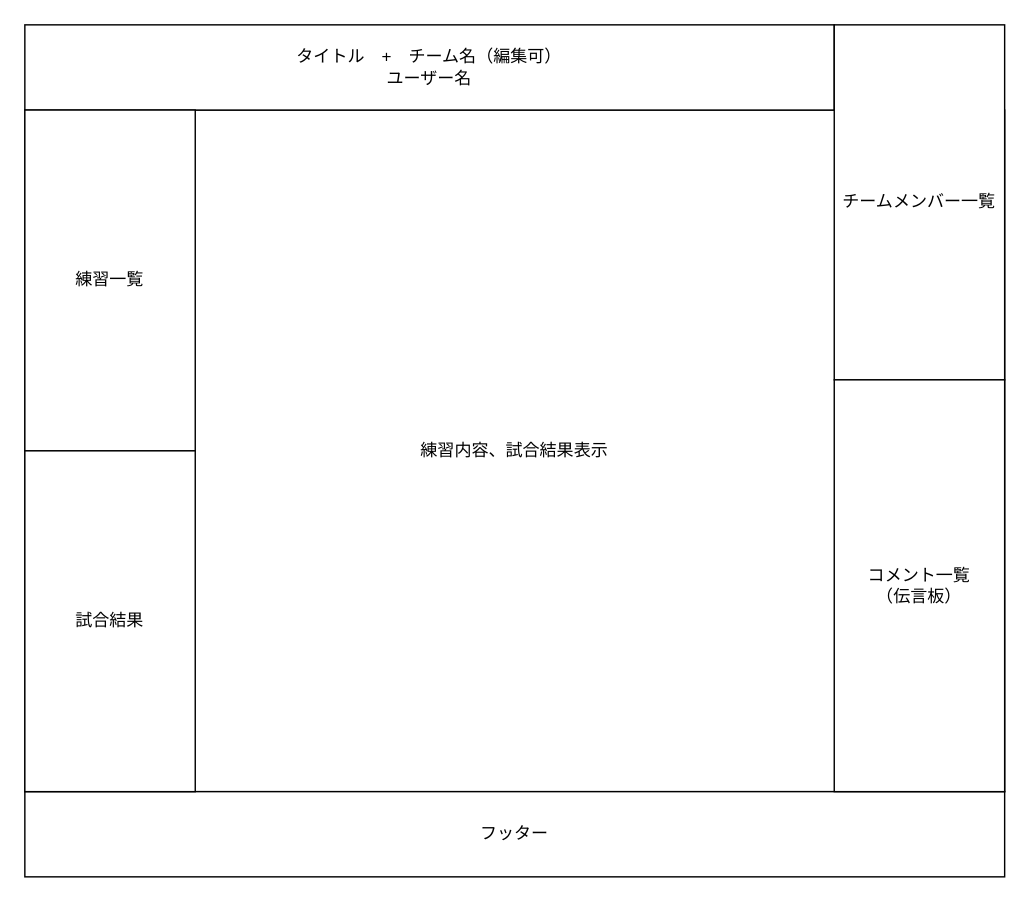
Before: フロントデザイン.dio in piroyuki666/volleyball-note, a draw.io diagram. Source tidied: cells renumbered, new cells numbered last; positions are measured from the earlier drawing's top-left corner, leaving out a move shared by most shapes. Both pictures are drawn from the tidied source at 142%, with x=0, y=0 at pixel (24, 24).
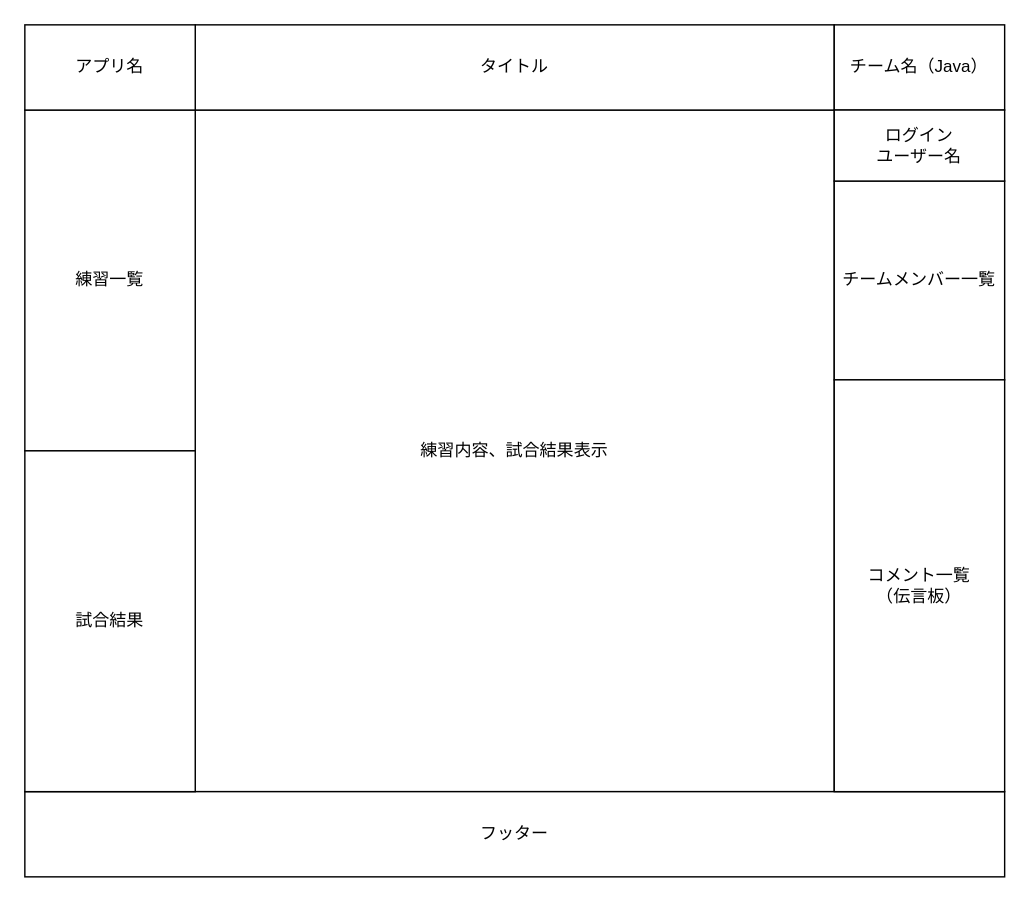
Above is the later version.

Diff of the diagram source:
```diff
@@
 <mxGraphModel>
   <root>
     <mxCell id="0" />
     <mxCell id="1" parent="0" />
     <mxCell id="2" value="練習内容、試合結果表示" style="rounded=0;whiteSpace=wrap;html=1;" parent="1" vertex="1">
-      <mxGeometry y="60" width="690" height="480" as="geometry" />
+      <mxGeometry x="120" y="60" width="450" height="480" as="geometry" />
     </mxCell>
     <mxCell id="3" value="フッター" style="rounded=0;whiteSpace=wrap;html=1;" parent="1" vertex="1">
       <mxGeometry y="540" width="690" height="60" as="geometry" />
     </mxCell>
-    <mxCell id="4" value="タイトル　+　チーム名（編集可）&lt;br&gt;ユーザー名" style="rounded=0;whiteSpace=wrap;html=1;" parent="1" vertex="1">
-      <mxGeometry width="570" height="60" as="geometry" />
+    <mxCell id="4" value="タイトル" style="rounded=0;whiteSpace=wrap;html=1;" parent="1" vertex="1">
+      <mxGeometry x="120" width="450" height="60" as="geometry" />
     </mxCell>
     <mxCell id="5" value="チームメンバー一覧" style="rounded=0;whiteSpace=wrap;html=1;" parent="1" vertex="1">
-      <mxGeometry x="570" width="120" height="250" as="geometry" />
+      <mxGeometry x="570" y="110" width="120" height="140" as="geometry" />
     </mxCell>
     <mxCell id="6" value="練習一覧" style="rounded=0;whiteSpace=wrap;html=1;" parent="1" vertex="1">
       <mxGeometry y="60" width="120" height="240" as="geometry" />
     </mxCell>
     <mxCell id="7" value="試合結果" style="rounded=0;whiteSpace=wrap;html=1;" parent="1" vertex="1">
       <mxGeometry y="300" width="120" height="240" as="geometry" />
     </mxCell>
     <mxCell id="8" value="コメント一覧&lt;br&gt;（伝言板）" style="rounded=0;whiteSpace=wrap;html=1;" parent="1" vertex="1">
       <mxGeometry x="570" y="250" width="120" height="290" as="geometry" />
     </mxCell>
+    <mxCell id="9" value="アプリ名" style="rounded=0;whiteSpace=wrap;html=1;" parent="1" vertex="1">
+      <mxGeometry width="120" height="60" as="geometry" />
+    </mxCell>
+    <mxCell id="10" value="チーム名（Java）" style="rounded=0;whiteSpace=wrap;html=1;" parent="1" vertex="1">
+      <mxGeometry x="570" width="120" height="60" as="geometry" />
+    </mxCell>
+    <mxCell id="11" value="ログイン&lt;br&gt;ユーザー名" style="rounded=0;whiteSpace=wrap;html=1;" parent="1" vertex="1">
+      <mxGeometry x="570" y="60" width="120" height="50" as="geometry" />
+    </mxCell>
   </root>
 </mxGraphModel>
```
